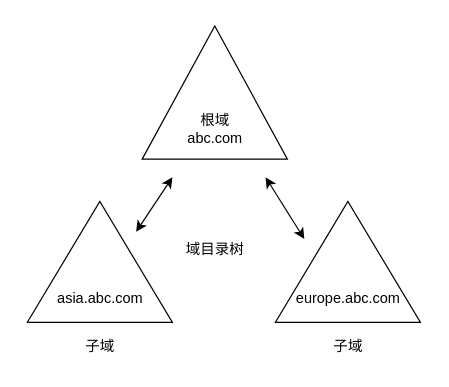
ffffffff0x/1earn keeps this draw.io diagram as assets/img/Integrated/Windows/笔记/域/4.drawio. Above is the earlier version. Source tidied: cells renumbered, new cells numbered last; positions are measured from the earlier drawing's top-left corner, leaving out a move shared by most shapes. Both pictures are drawn from the tidied source at 121%, with x=0, y=0 at pixel (39, 19).
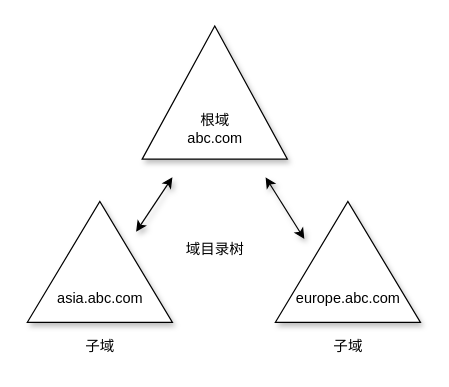
The same page after the edit.

The edit, as a diff of the source:
```diff
@@
 <mxGraphModel>
   <root>
     <mxCell id="0" />
     <mxCell id="1" parent="0" />
-    <mxCell id="2" style="triangle;whiteSpace=wrap;html=1;rotation=-90;" parent="1" vertex="1">
+    <mxCell id="2" style="triangle;whiteSpace=wrap;html=1;rotation=-90;shadow=1;" parent="1" vertex="1">
       <mxGeometry x="205" y="140" width="100" height="120" as="geometry" />
     </mxCell>
-    <mxCell id="3" style="triangle;whiteSpace=wrap;html=1;rotation=-90;" parent="1" vertex="1">
+    <mxCell id="3" style="triangle;whiteSpace=wrap;html=1;rotation=-90;shadow=1;" parent="1" vertex="1">
       <mxGeometry y="140" width="100" height="120" as="geometry" />
     </mxCell>
-    <mxCell id="4" style="triangle;whiteSpace=wrap;html=1;rotation=-90;" parent="1" vertex="1">
+    <mxCell id="4" style="triangle;whiteSpace=wrap;html=1;rotation=-90;shadow=1;" parent="1" vertex="1">
       <mxGeometry x="90" width="110" height="120" as="geometry" />
     </mxCell>
-    <mxCell id="5" value="根域&lt;br&gt;abc.com" style="text;html=1;align=center;verticalAlign=middle;" parent="1" vertex="1">
+    <mxCell id="5" value="根域&lt;br&gt;abc.com" style="text;html=1;align=center;verticalAlign=middle;shadow=1;" parent="1" vertex="1">
       <mxGeometry x="115" y="75" width="60" height="30" as="geometry" />
     </mxCell>
-    <mxCell id="6" value="asia.abc.com" style="text;html=1;align=center;verticalAlign=middle;" parent="1" vertex="1">
+    <mxCell id="6" value="asia.abc.com" style="text;html=1;align=center;verticalAlign=middle;shadow=1;" parent="1" vertex="1">
       <mxGeometry x="5" y="220" width="90" height="20" as="geometry" />
     </mxCell>
-    <mxCell id="7" style="endArrow=classic;startArrow=classic;html=1;" parent="1" edge="1">
+    <mxCell id="7" style="endArrow=classic;startArrow=classic;html=1;shadow=1;" parent="1" edge="1">
       <mxGeometry relative="1" as="geometry">
         <mxPoint x="80" y="175" as="sourcePoint" />
         <mxPoint x="110" y="130" as="targetPoint" />
       </mxGeometry>
     </mxCell>
-    <mxCell id="8" value="europe.abc.com" style="text;html=1;align=center;verticalAlign=middle;" parent="1" vertex="1">
+    <mxCell id="8" value="europe.abc.com" style="text;html=1;align=center;verticalAlign=middle;shadow=1;" parent="1" vertex="1">
       <mxGeometry x="205" y="220" width="100" height="20" as="geometry" />
     </mxCell>
-    <mxCell id="9" style="endArrow=classic;startArrow=classic;html=1;entryX=0.5;entryY=-0.2;entryDx=0;entryDy=0;entryPerimeter=0;" parent="1" edge="1">
+    <mxCell id="9" style="endArrow=classic;startArrow=classic;html=1;entryX=0.5;entryY=-0.2;entryDx=0;entryDy=0;entryPerimeter=0;shadow=1;" parent="1" edge="1">
       <mxGeometry relative="1" as="geometry">
         <mxPoint x="187" y="130" as="sourcePoint" />
         <mxPoint x="219" y="181" as="targetPoint" />
       </mxGeometry>
     </mxCell>
-    <mxCell id="10" value="域目录树" style="text;html=1;align=center;verticalAlign=middle;" parent="1" vertex="1">
+    <mxCell id="10" value="域目录树" style="text;html=1;align=center;verticalAlign=middle;shadow=1;" parent="1" vertex="1">
       <mxGeometry x="115" y="180" width="60" height="20" as="geometry" />
     </mxCell>
-    <mxCell id="11" value="子域" style="text;html=1;align=center;verticalAlign=middle;" parent="1" vertex="1">
+    <mxCell id="11" value="子域" style="text;html=1;align=center;verticalAlign=middle;shadow=1;" parent="1" vertex="1">
       <mxGeometry x="30" y="260" width="40" height="20" as="geometry" />
     </mxCell>
-    <mxCell id="12" value="子域" style="text;html=1;align=center;verticalAlign=middle;" parent="1" vertex="1">
+    <mxCell id="12" value="子域" style="text;html=1;align=center;verticalAlign=middle;shadow=1;" parent="1" vertex="1">
       <mxGeometry x="235" y="260" width="40" height="20" as="geometry" />
     </mxCell>
   </root>
 </mxGraphModel>
```
